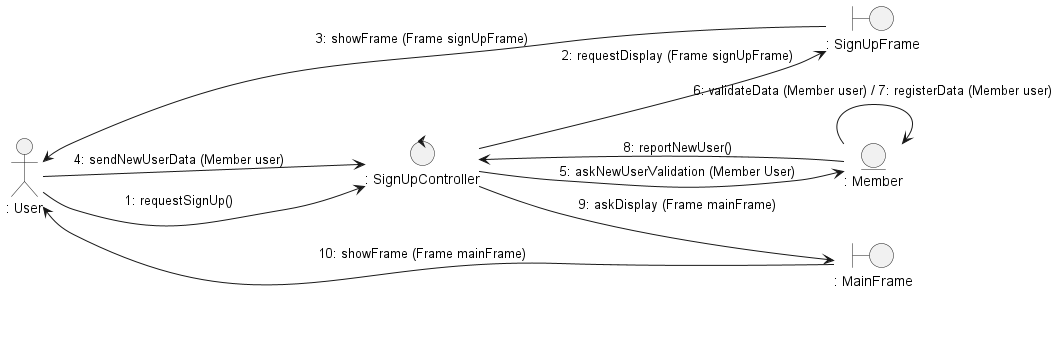
This is docs/logicalView/analysisView/usecaseAnalysis/collaborationDiagram/image/uc1_signUp.png from Danfloca02/ProyectoFacUpdate, a PlantUML export, as it was before one commit.
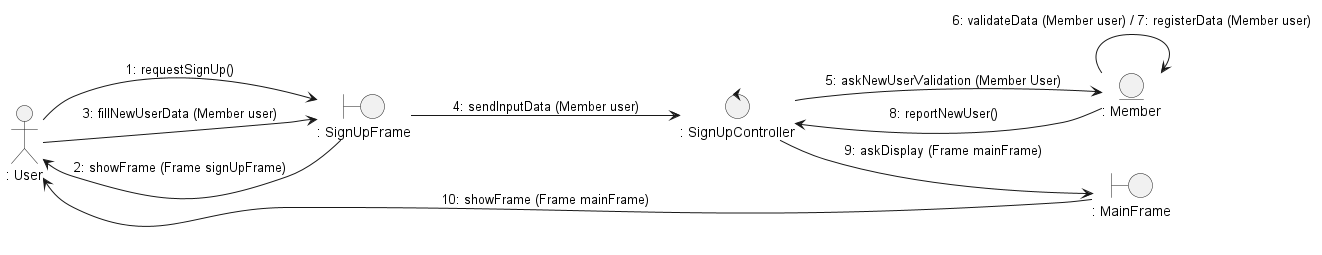
Later version of the same file.

What changed in the source:
```diff
@@ -9,10 +9,10 @@
 boundary ": MainFrame" as main
 control ": SignUpController" as con
 
-user --> con : 1: requestSignUp()
-con --> vis : 2: requestDisplay (Frame signUpFrame)
-vis --> user : 3: showFrame (Frame signUpFrame)
-user --> con : 4: sendNewUserData (Member user)
+user --> vis : 1: requestSignUp()
+vis --> user : 2: showFrame (Frame signUpFrame)
+user --> vis : 3: fillNewUserData (Member user)
+vis --> con : 4: sendInputData (Member user)
 con --> mod : 5: askNewUserValidation (Member User)
 mod --> mod : 6: validateData (Member user) / 7: registerData (Member user)
 mod --> con : 8: reportNewUser()
```
